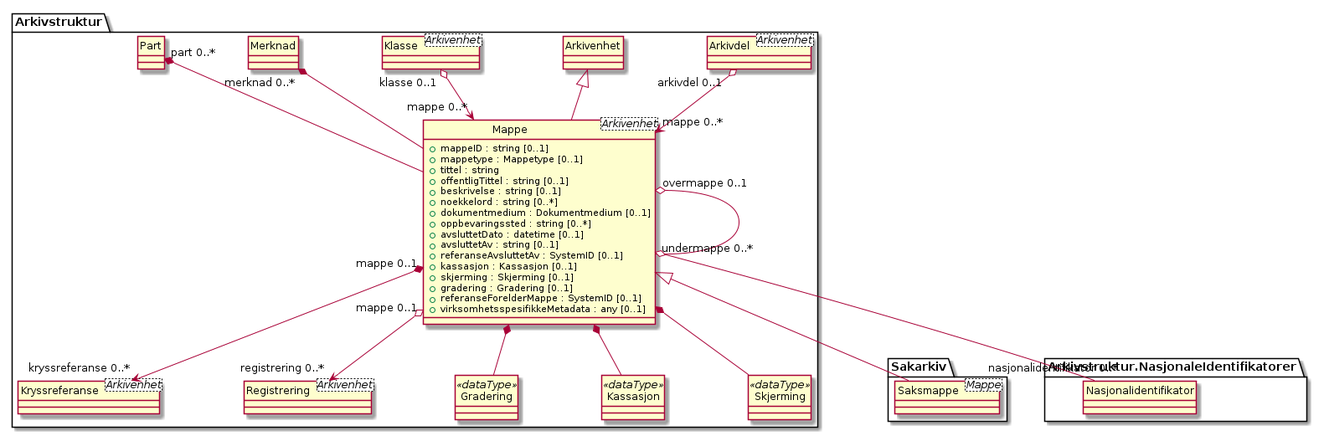
Earlier version of the PlantUML export kapitler/media/uml-class-mappe.png (arkivverket/noark5-tjenestegrensesnitt-standard). The source it was exported from:
```plantuml
@startuml
skinparam nodesep 100
hide circle
class Arkivstruktur.Mappe <Arkivenhet> {
  +mappeID : string [0..1]
  +mappetype : Mappetype [0..1]
  +tittel : string
  +offentligTittel : string [0..1]
  +beskrivelse : string [0..1]
  +noekkelord : string [0..*]
  +dokumentmedium : Dokumentmedium [0..1]
  +oppbevaringssted : string [0..*]
  +avsluttetDato : datetime [0..1]
  +avsluttetAv : string [0..1]
  +referanseAvsluttetAv : SystemID [0..1]
  +kassasjon : Kassasjon [0..1]
  +skjerming : Skjerming [0..1]
  +gradering : Gradering [0..1]
  +referanseForelderMappe : SystemID [0..1]
  +virksomhetsspesifikkeMetadata : any [0..1]
}
class Arkivstruktur.Arkivdel <Arkivenhet> {
}
Arkivstruktur.Arkivdel "arkivdel 0..1" o--> "mappe 0..*" Arkivstruktur.Mappe
class Arkivstruktur.Arkivenhet {
}
Arkivstruktur.Arkivenhet <|-- Arkivstruktur.Mappe
class Arkivstruktur.Klasse <Arkivenhet> {
}
Arkivstruktur.Klasse "klasse 0..1" o--> "mappe 0..*" Arkivstruktur.Mappe
class Arkivstruktur.Kryssreferanse <Arkivenhet> {
}
Arkivstruktur.Mappe "mappe 0..1" *--> "kryssreferanse 0..*" Arkivstruktur.Kryssreferanse
class Arkivstruktur.Registrering <Arkivenhet> {
}
Arkivstruktur.Mappe "mappe 0..1" o--> "registrering 0..*" Arkivstruktur.Registrering
Arkivstruktur.Mappe "overmappe 0..1" o-- "undermappe 0..*" Arkivstruktur.Mappe
class Arkivstruktur.Gradering <<dataType>> {
}
Arkivstruktur.Mappe *-- Arkivstruktur.Gradering
class Arkivstruktur.Kassasjon <<dataType>> {
}
Arkivstruktur.Mappe *-- Arkivstruktur.Kassasjon
class Arkivstruktur.Skjerming <<dataType>> {
}
Arkivstruktur.Mappe *-- Arkivstruktur.Skjerming
class Sakarkiv.Saksmappe <Mappe> {
}
Arkivstruktur.Mappe <|-- Sakarkiv.Saksmappe
class Arkivstruktur.NasjonaleIdentifikatorer.Nasjonalidentifikator {
}
Arkivstruktur.Mappe o-- "nasjonalidentifikator 0..*" Arkivstruktur.NasjonaleIdentifikatorer.Nasjonalidentifikator
class Arkivstruktur.Merknad {
}
Arkivstruktur.Merknad "merknad 0..*" *-- Arkivstruktur.Mappe
class Arkivstruktur.Part {
}
Arkivstruktur.Part "part 0..*" *-- Arkivstruktur.Mappe
@enduml
```
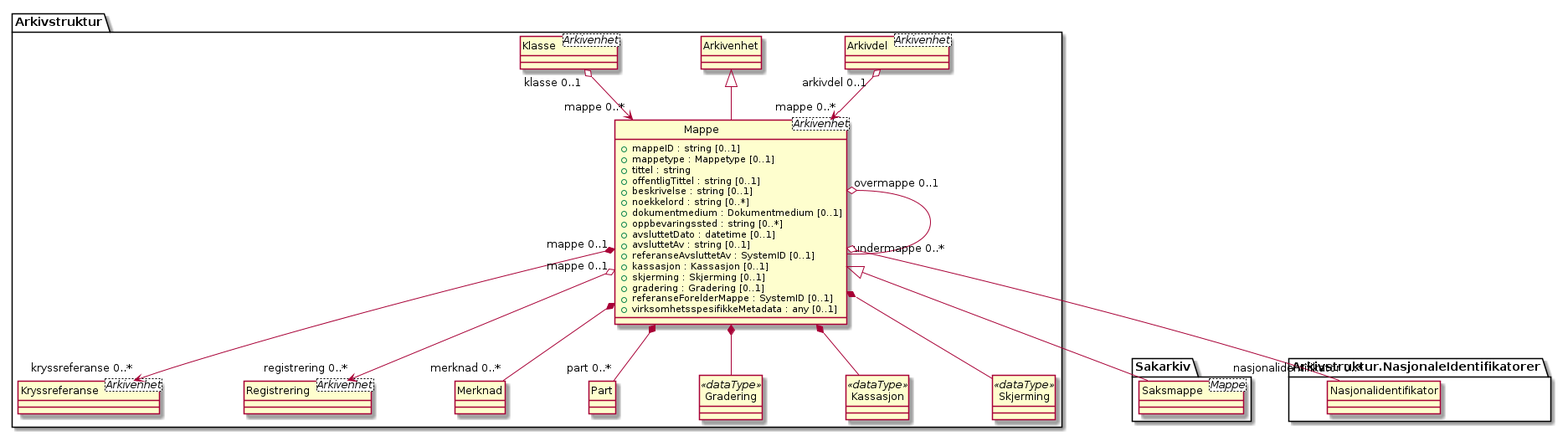
After the commit.

The edit, as a diff of the source:
```diff
@@ -35,6 +35,12 @@
 }
 Arkivstruktur.Mappe "mappe 0..1" o--> "registrering 0..*" Arkivstruktur.Registrering
 Arkivstruktur.Mappe "overmappe 0..1" o-- "undermappe 0..*" Arkivstruktur.Mappe
+class Arkivstruktur.Merknad {
+}
+Arkivstruktur.Mappe *-- "merknad 0..*" Arkivstruktur.Merknad
+class Arkivstruktur.Part {
+}
+Arkivstruktur.Mappe *-- "part 0..*" Arkivstruktur.Part
 class Arkivstruktur.Gradering <<dataType>> {
 }
 Arkivstruktur.Mappe *-- Arkivstruktur.Gradering
@@ -50,10 +56,4 @@
 class Arkivstruktur.NasjonaleIdentifikatorer.Nasjonalidentifikator {
 }
 Arkivstruktur.Mappe o-- "nasjonalidentifikator 0..*" Arkivstruktur.NasjonaleIdentifikatorer.Nasjonalidentifikator
-class Arkivstruktur.Merknad {
-}
-Arkivstruktur.Merknad "merknad 0..*" *-- Arkivstruktur.Mappe
-class Arkivstruktur.Part {
-}
-Arkivstruktur.Part "part 0..*" *-- Arkivstruktur.Mappe
 @enduml
```
